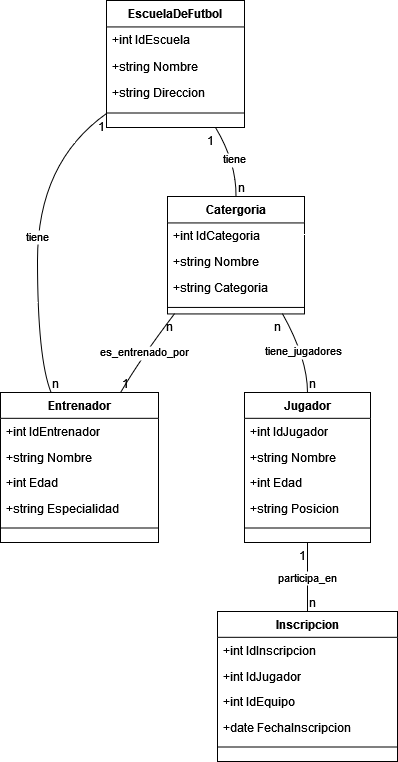
Earlier version of the draw.io export Diagrama sin título.drawio.png (Chachaneitor/TwenttySoft). Source tidied: cells renumbered, new cells last; positions are measured from the earlier drawing's top-left corner, leaving out a move shared by most shapes.
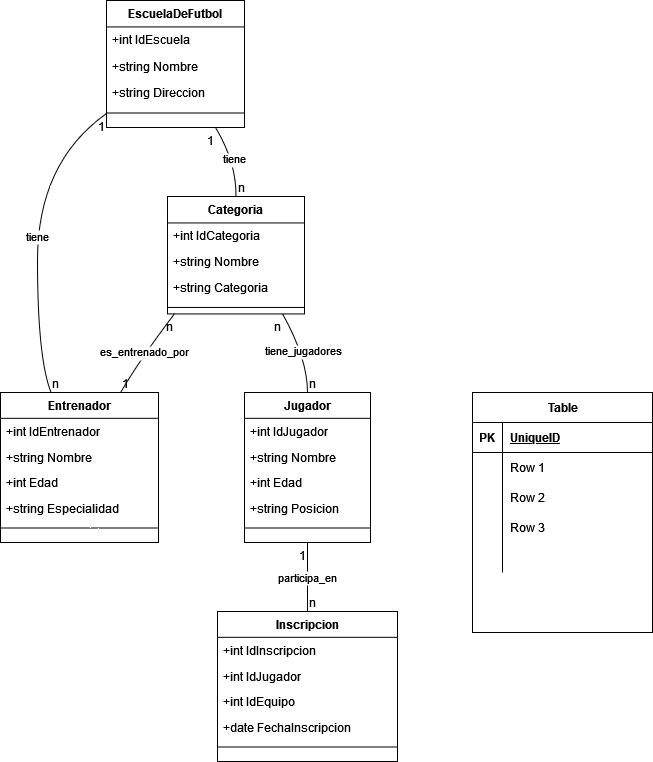
Later version of the same file.

The edit, as a diff of the source:
```diff
@@ -53,7 +53,7 @@
     <mxCell id="18" style="line;strokeWidth=1;fillColor=none;align=left;verticalAlign=middle;spacingTop=-1;spacingLeft=3;spacingRight=3;labelPosition=right;strokeColor=inherit;" parent="13" vertex="1">
       <mxGeometry y="129" width="126" height="13" as="geometry" />
     </mxCell>
-    <mxCell id="19" value="Catergoria" style="swimlane;fontStyle=1;align=center;verticalAlign=top;horizontal=1;startSize=26.444444444444443;" parent="1" vertex="1">
+    <mxCell id="19" value="Categoria" style="swimlane;fontStyle=1;align=center;verticalAlign=top;horizontal=1;startSize=26.444444444444443;" parent="1" vertex="1">
       <mxGeometry x="167" y="196" width="137" height="117.4" as="geometry" />
     </mxCell>
     <mxCell id="20" value="+int IdCategoria" style="text;strokeColor=none;fillColor=none;align=left;verticalAlign=top;spacingLeft=4;spacingRight=4;overflow=hidden;" parent="19" vertex="1">
@@ -148,5 +148,53 @@
     <mxCell id="44" value="n" style="edgeLabel;labelBackgroundColor=none;fontSize=12;align=left;verticalAlign=bottom;" parent="42" vertex="1">
       <mxGeometry x="1" relative="1" as="geometry" />
     </mxCell>
+    <mxCell id="45" value="Table" style="shape=table;startSize=30;rowLines=0;fontStyle=1;align=center;html=1;" parent="1" vertex="1">
+      <mxGeometry x="472" y="392" width="180" height="240" as="geometry" />
+    </mxCell>
+    <mxCell id="46" style="shape=tableRow;horizontal=0;startSize=0;swimlaneHead=0;swimlaneBody=0;fillColor=none;top=0;left=0;right=0;bottom=1;" parent="45" vertex="1">
+      <mxGeometry y="30" width="180" height="30" as="geometry" />
+    </mxCell>
+    <mxCell id="47" value="PK" style="shape=partialRectangle;fillColor=none;top=0;left=0;bottom=0;right=0;fontStyle=1;overflow=hidden;whiteSpace=wrap;html=1;" parent="46" vertex="1">
+      <mxGeometry width="30" height="30" as="geometry" />
+    </mxCell>
+    <mxCell id="48" value="UniqueID" style="shape=partialRectangle;fillColor=none;top=0;left=0;bottom=0;right=0;align=left;spacingLeft=6;fontStyle=5;overflow=hidden;whiteSpace=wrap;html=1;" parent="46" vertex="1">
+      <mxGeometry x="30" width="150" height="30" as="geometry" />
+    </mxCell>
+    <mxCell id="49" style="shape=tableRow;horizontal=0;startSize=0;swimlaneHead=0;swimlaneBody=0;fillColor=none;top=0;left=0;right=0;bottom=0;" parent="45" vertex="1">
+      <mxGeometry y="60" width="180" height="30" as="geometry" />
+    </mxCell>
+    <mxCell id="50" style="shape=partialRectangle;fillColor=none;top=0;left=0;bottom=0;right=0;overflow=hidden;whiteSpace=wrap;html=1;" parent="49" vertex="1">
+      <mxGeometry width="30" height="30" as="geometry" />
+    </mxCell>
+    <mxCell id="51" value="Row 1" style="shape=partialRectangle;fillColor=none;top=0;left=0;bottom=0;right=0;align=left;spacingLeft=6;overflow=hidden;whiteSpace=wrap;html=1;" parent="49" vertex="1">
+      <mxGeometry x="30" width="150" height="30" as="geometry" />
+    </mxCell>
+    <mxCell id="52" style="shape=tableRow;horizontal=0;startSize=0;swimlaneHead=0;swimlaneBody=0;fillColor=none;top=0;left=0;right=0;bottom=0;" parent="45" vertex="1">
+      <mxGeometry y="90" width="180" height="30" as="geometry" />
+    </mxCell>
+    <mxCell id="53" style="shape=partialRectangle;fillColor=none;top=0;left=0;bottom=0;right=0;overflow=hidden;whiteSpace=wrap;html=1;" parent="52" vertex="1">
+      <mxGeometry width="30" height="30" as="geometry" />
+    </mxCell>
+    <mxCell id="54" value="Row 2" style="shape=partialRectangle;fillColor=none;top=0;left=0;bottom=0;right=0;align=left;spacingLeft=6;overflow=hidden;whiteSpace=wrap;html=1;" parent="52" vertex="1">
+      <mxGeometry x="30" width="150" height="30" as="geometry" />
+    </mxCell>
+    <mxCell id="55" style="shape=tableRow;horizontal=0;startSize=0;swimlaneHead=0;swimlaneBody=0;fillColor=none;top=0;left=0;right=0;bottom=0;" parent="45" vertex="1">
+      <mxGeometry y="120" width="180" height="30" as="geometry" />
+    </mxCell>
+    <mxCell id="56" style="shape=partialRectangle;fillColor=none;top=0;left=0;bottom=0;right=0;overflow=hidden;whiteSpace=wrap;html=1;" parent="55" vertex="1">
+      <mxGeometry width="30" height="30" as="geometry" />
+    </mxCell>
+    <mxCell id="57" value="Row 3" style="shape=partialRectangle;fillColor=none;top=0;left=0;bottom=0;right=0;align=left;spacingLeft=6;overflow=hidden;whiteSpace=wrap;html=1;" parent="55" vertex="1">
+      <mxGeometry x="30" width="150" height="30" as="geometry" />
+    </mxCell>
+    <mxCell id="58" style="shape=tableRow;horizontal=0;startSize=0;swimlaneHead=0;swimlaneBody=0;fillColor=none;top=0;left=0;right=0;bottom=0;" parent="45" vertex="1">
+      <mxGeometry y="150" width="180" height="30" as="geometry" />
+    </mxCell>
+    <mxCell id="59" style="shape=partialRectangle;fillColor=none;top=0;left=0;bottom=0;right=0;overflow=hidden;whiteSpace=wrap;html=1;" parent="58" vertex="1">
+      <mxGeometry width="30" height="30" as="geometry" />
+    </mxCell>
+    <mxCell id="60" style="shape=partialRectangle;fillColor=none;top=0;left=0;bottom=0;right=0;align=left;spacingLeft=6;overflow=hidden;whiteSpace=wrap;html=1;" parent="58" vertex="1">
+      <mxGeometry x="30" width="150" height="30" as="geometry" />
+    </mxCell>
   </root>
 </mxGraphModel>
```
